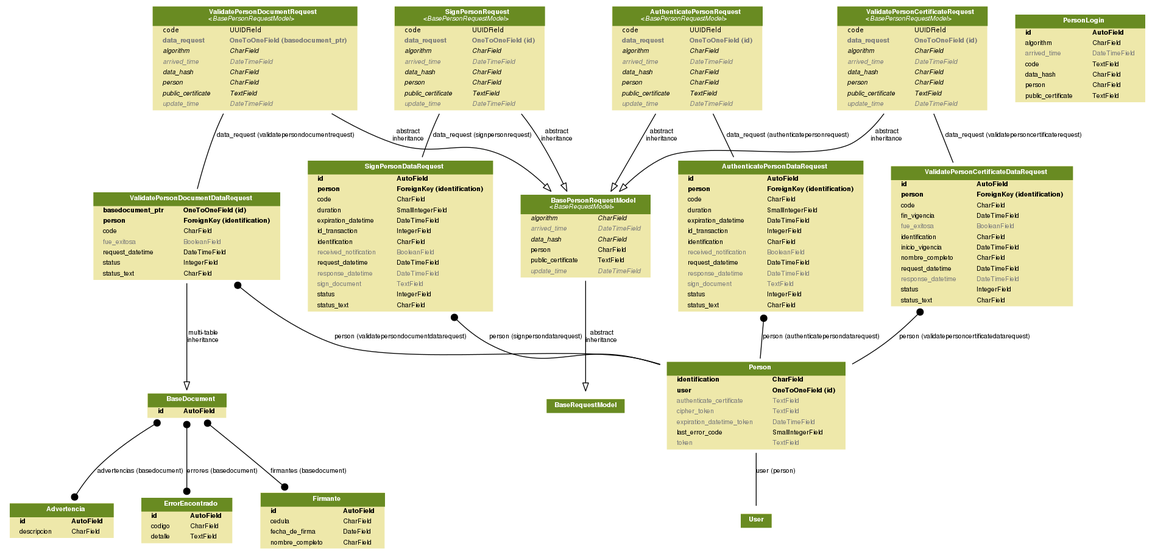
The Graphviz diagram docs/_static/png/person_model.png in luisza/dfva, before a commit. Its source is kept beside it as docs/_static/dot/person_model.dot.
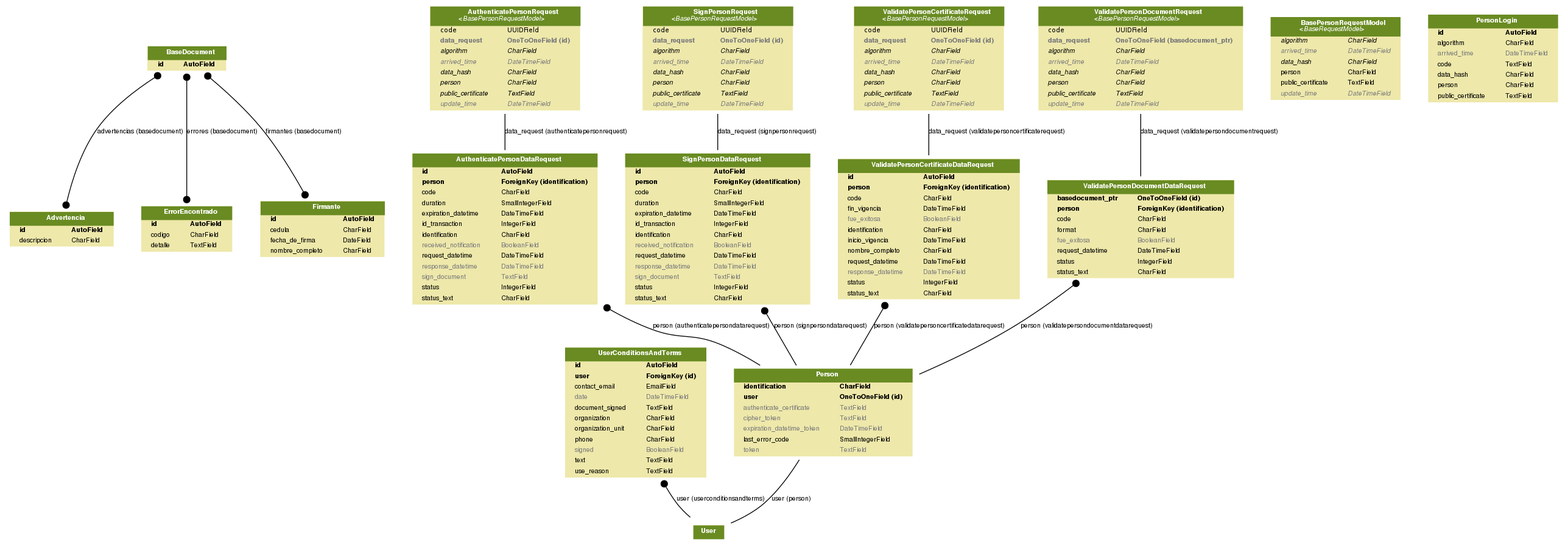
After the commit.

The edit, as a diff of the source:
```diff
@@ -117,6 +117,82 @@
     </TABLE>
     >]
 
+  corebase_models_UserConditionsAndTerms [label=<
+    <TABLE BGCOLOR="palegoldenrod" BORDER="0" CELLBORDER="0" CELLSPACING="0">
+    <TR><TD COLSPAN="2" CELLPADDING="4" ALIGN="CENTER" BGCOLOR="olivedrab4">
+    <FONT FACE="Helvetica Bold" COLOR="white">
+    UserConditionsAndTerms
+    </FONT></TD></TR>
+
+    <TR><TD ALIGN="LEFT" BORDER="0">
+    <FONT FACE="Helvetica Bold">id</FONT>
+    </TD><TD ALIGN="LEFT">
+    <FONT FACE="Helvetica Bold">AutoField</FONT>
+    </TD></TR>
+
+    <TR><TD ALIGN="LEFT" BORDER="0">
+    <FONT FACE="Helvetica Bold">user</FONT>
+    </TD><TD ALIGN="LEFT">
+    <FONT FACE="Helvetica Bold">ForeignKey (id)</FONT>
+    </TD></TR>
+
+    <TR><TD ALIGN="LEFT" BORDER="0">
+    <FONT FACE="Helvetica ">contact_email</FONT>
+    </TD><TD ALIGN="LEFT">
+    <FONT FACE="Helvetica ">EmailField</FONT>
+    </TD></TR>
+
+    <TR><TD ALIGN="LEFT" BORDER="0">
+    <FONT COLOR="#7B7B7B" FACE="Helvetica ">date</FONT>
+    </TD><TD ALIGN="LEFT">
+    <FONT COLOR="#7B7B7B" FACE="Helvetica ">DateTimeField</FONT>
+    </TD></TR>
+
+    <TR><TD ALIGN="LEFT" BORDER="0">
+    <FONT FACE="Helvetica ">document_signed</FONT>
+    </TD><TD ALIGN="LEFT">
+    <FONT FACE="Helvetica ">TextField</FONT>
+    </TD></TR>
+
+    <TR><TD ALIGN="LEFT" BORDER="0">
+    <FONT FACE="Helvetica ">organization</FONT>
+    </TD><TD ALIGN="LEFT">
+    <FONT FACE="Helvetica ">CharField</FONT>
+    </TD></TR>
+
+    <TR><TD ALIGN="LEFT" BORDER="0">
+    <FONT FACE="Helvetica ">organization_unit</FONT>
+    </TD><TD ALIGN="LEFT">
+    <FONT FACE="Helvetica ">CharField</FONT>
+    </TD></TR>
+
+    <TR><TD ALIGN="LEFT" BORDER="0">
+    <FONT FACE="Helvetica ">phone</FONT>
+    </TD><TD ALIGN="LEFT">
+    <FONT FACE="Helvetica ">CharField</FONT>
+    </TD></TR>
+
+    <TR><TD ALIGN="LEFT" BORDER="0">
+    <FONT COLOR="#7B7B7B" FACE="Helvetica ">signed</FONT>
+    </TD><TD ALIGN="LEFT">
+    <FONT COLOR="#7B7B7B" FACE="Helvetica ">BooleanField</FONT>
+    </TD></TR>
+
+    <TR><TD ALIGN="LEFT" BORDER="0">
+    <FONT FACE="Helvetica ">text</FONT>
+    </TD><TD ALIGN="LEFT">
+    <FONT FACE="Helvetica ">TextField</FONT>
+    </TD></TR>
+
+    <TR><TD ALIGN="LEFT" BORDER="0">
+    <FONT FACE="Helvetica ">use_reason</FONT>
+    </TD><TD ALIGN="LEFT">
+    <FONT FACE="Helvetica ">TextField</FONT>
+    </TD></TR>
+
+    </TABLE>
+    >]
+
 
 
 
@@ -665,6 +741,12 @@
 
     <TR><TD ALIGN="LEFT" BORDER="0">
     <FONT FACE="Helvetica ">code</FONT>
+    </TD><TD ALIGN="LEFT">
+    <FONT FACE="Helvetica ">CharField</FONT>
+    </TD></TR>
+
+    <TR><TD ALIGN="LEFT" BORDER="0">
+    <FONT FACE="Helvetica ">format</FONT>
     </TD><TD ALIGN="LEFT">
     <FONT FACE="Helvetica ">CharField</FONT>
     </TD></TR>
@@ -824,16 +906,16 @@
 
   corebase_models_BaseDocument -> corebase_models_Firmante
   [label="firmantes (basedocument)"] [arrowhead=dot arrowtail=dot, dir=both];
-
-  corebase_models_BaseRequestModel [label=<
+  django_contrib_auth_models_User [label=<
   <TABLE BGCOLOR="palegoldenrod" BORDER="0" CELLBORDER="0" CELLSPACING="0">
   <TR><TD COLSPAN="2" CELLPADDING="4" ALIGN="CENTER" BGCOLOR="olivedrab4">
-  <FONT FACE="Helvetica Bold" COLOR="white">BaseRequestModel</FONT>
+  <FONT FACE="Helvetica Bold" COLOR="white">User</FONT>
   </TD></TR>
   </TABLE>
   >]
-  person_models_BasePersonRequestModel -> corebase_models_BaseRequestModel
-  [label="abstract\ninheritance"] [arrowhead=empty, arrowtail=none, dir=both];
+  corebase_models_UserConditionsAndTerms -> django_contrib_auth_models_User
+  [label="user (userconditionsandterms)"] [arrowhead=none, arrowtail=dot, dir=both];
+
   django_contrib_auth_models_User [label=<
   <TABLE BGCOLOR="palegoldenrod" BORDER="0" CELLBORDER="0" CELLSPACING="0">
   <TR><TD COLSPAN="2" CELLPADDING="4" ALIGN="CENTER" BGCOLOR="olivedrab4">
@@ -850,38 +932,23 @@
   person_models_AuthenticatePersonRequest -> person_models_AuthenticatePersonDataRequest
   [label="data_request (authenticatepersonrequest)"] [arrowhead=none, arrowtail=none, dir=both];
 
-  person_models_AuthenticatePersonRequest -> person_models_BasePersonRequestModel
-  [label="abstract\ninheritance"] [arrowhead=empty, arrowtail=none, dir=both];
-
   person_models_SignPersonDataRequest -> person_models_Person
   [label="person (signpersondatarequest)"] [arrowhead=none, arrowtail=dot, dir=both];
 
   person_models_SignPersonRequest -> person_models_SignPersonDataRequest
   [label="data_request (signpersonrequest)"] [arrowhead=none, arrowtail=none, dir=both];
 
-  person_models_SignPersonRequest -> person_models_BasePersonRequestModel
-  [label="abstract\ninheritance"] [arrowhead=empty, arrowtail=none, dir=both];
-
   person_models_ValidatePersonCertificateDataRequest -> person_models_Person
   [label="person (validatepersoncertificatedatarequest)"] [arrowhead=none, arrowtail=dot, dir=both];
 
   person_models_ValidatePersonDocumentDataRequest -> person_models_Person
   [label="person (validatepersondocumentdatarequest)"] [arrowhead=none, arrowtail=dot, dir=both];
 
-  person_models_ValidatePersonDocumentDataRequest -> corebase_models_BaseDocument
-  [label="multi-table\ninheritance"] [arrowhead=empty, arrowtail=none, dir=both];
-
   person_models_ValidatePersonDocumentRequest -> person_models_ValidatePersonDocumentDataRequest
   [label="data_request (validatepersondocumentrequest)"] [arrowhead=none, arrowtail=none, dir=both];
 
-  person_models_ValidatePersonDocumentRequest -> person_models_BasePersonRequestModel
-  [label="abstract\ninheritance"] [arrowhead=empty, arrowtail=none, dir=both];
-
   person_models_ValidatePersonCertificateRequest -> person_models_ValidatePersonCertificateDataRequest
   [label="data_request (validatepersoncertificaterequest)"] [arrowhead=none, arrowtail=none, dir=both];
 
-  person_models_ValidatePersonCertificateRequest -> person_models_BasePersonRequestModel
-  [label="abstract\ninheritance"] [arrowhead=empty, arrowtail=none, dir=both];
-
 
 }
```
